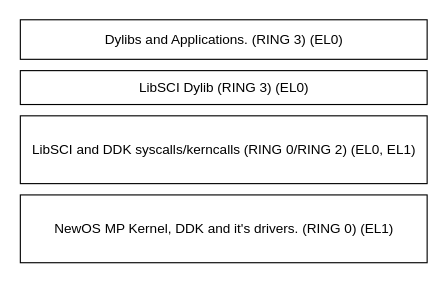
Before: doc/OS_DESIGN.drawio in nekernel-org/nekernel, a draw.io diagram. Source tidied: cells renumbered, new cells numbered last; positions are measured from the earlier drawing's top-left corner, leaving out a move shared by most shapes. Both pictures are drawn from the tidied source at 113%, with x=0, y=0 at pixel (20, 19).
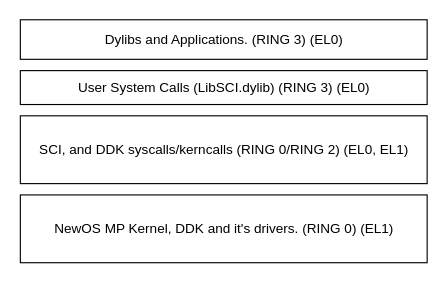
Above is the later version.

Commit message:
OS_DESIGN.drawio: Made a clearer straightforwar diagram.

The edit, as a diff of the source:
```diff
@@
 <mxGraphModel>
   <root>
     <mxCell id="0" />
     <mxCell id="1" parent="0" />
-    <mxCell id="2" value="LibSCI Dylib (RING 3) (EL0)" style="rounded=0;whiteSpace=wrap;html=1;" parent="1" vertex="1">
+    <mxCell id="2" value="User System Calls (LibSCI.dylib) (RING 3) (EL0)" style="rounded=0;whiteSpace=wrap;html=1;" parent="1" vertex="1">
       <mxGeometry x="-0.5" y="45" width="360" height="30" as="geometry" />
     </mxCell>
     <mxCell id="3" value="Dylibs and Applications. (RING 3) (EL0)" style="rounded=0;whiteSpace=wrap;html=1;" parent="1" vertex="1">
       <mxGeometry x="-0.5" width="360" height="35" as="geometry" />
     </mxCell>
     <mxCell id="4" value="NewOS MP Kernel, DDK and it's drivers. (RING 0) (EL1)" style="rounded=0;whiteSpace=wrap;html=1;" parent="1" vertex="1">
       <mxGeometry x="-0.5" y="155" width="360" height="60" as="geometry" />
     </mxCell>
-    <mxCell id="5" value="LibSCI and DDK syscalls/kerncalls (RING 0/RING 2) (EL0, EL1)" style="rounded=0;whiteSpace=wrap;html=1;" parent="1" vertex="1">
+    <mxCell id="5" value="SCI, and DDK syscalls/kerncalls (RING 0/RING 2) (EL0, EL1)" style="rounded=0;whiteSpace=wrap;html=1;" parent="1" vertex="1">
       <mxGeometry x="-0.5" y="85" width="360" height="60" as="geometry" />
     </mxCell>
   </root>
 </mxGraphModel>
```
